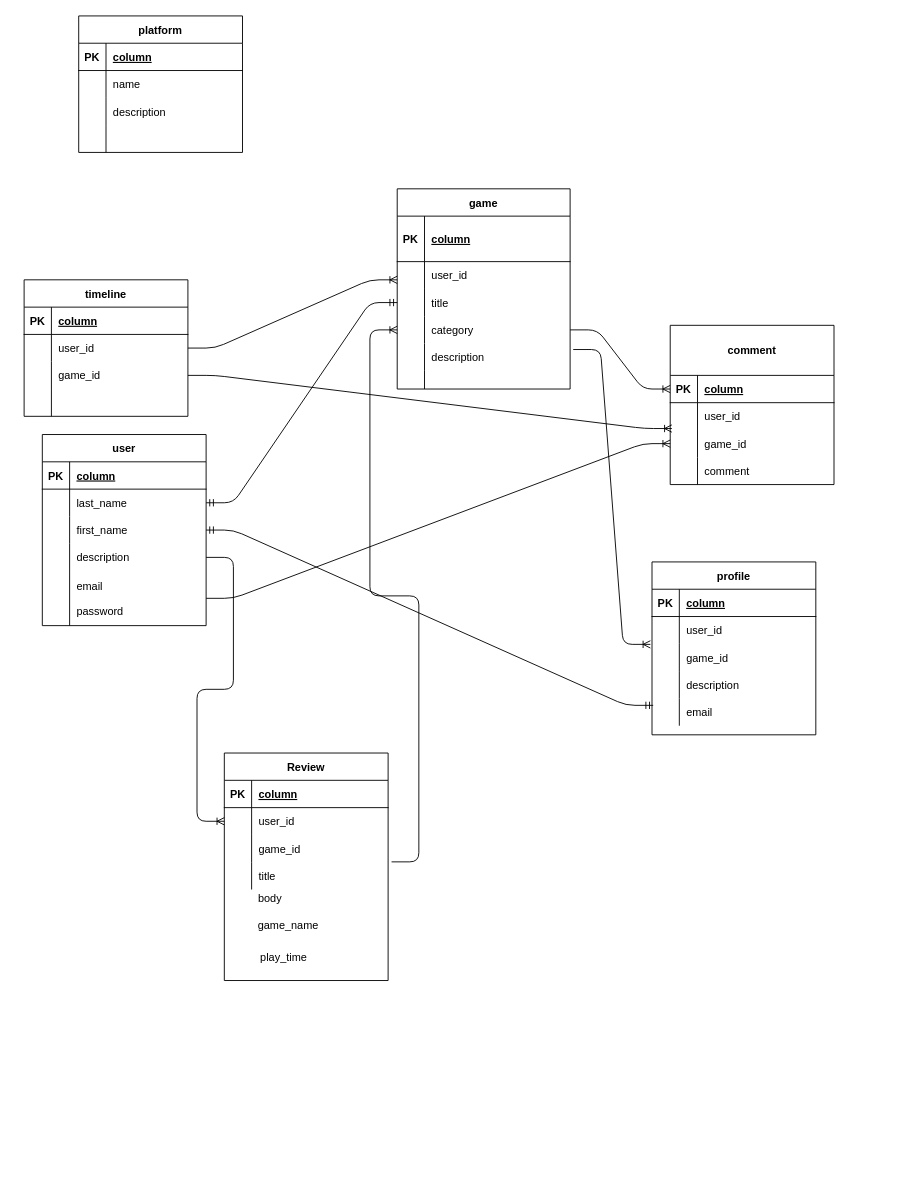
Above: websiteapp.dio in Nozomu-Ishikawa/websiteapp (draw.io), before the change. Source tidied: cells renumbered, new cells numbered last; positions are measured from the earlier drawing's top-left corner, leaving out a move shared by most shapes. Both pictures are drawn from the tidied source at 91%, with x=0, y=0 at pixel (24, 15).
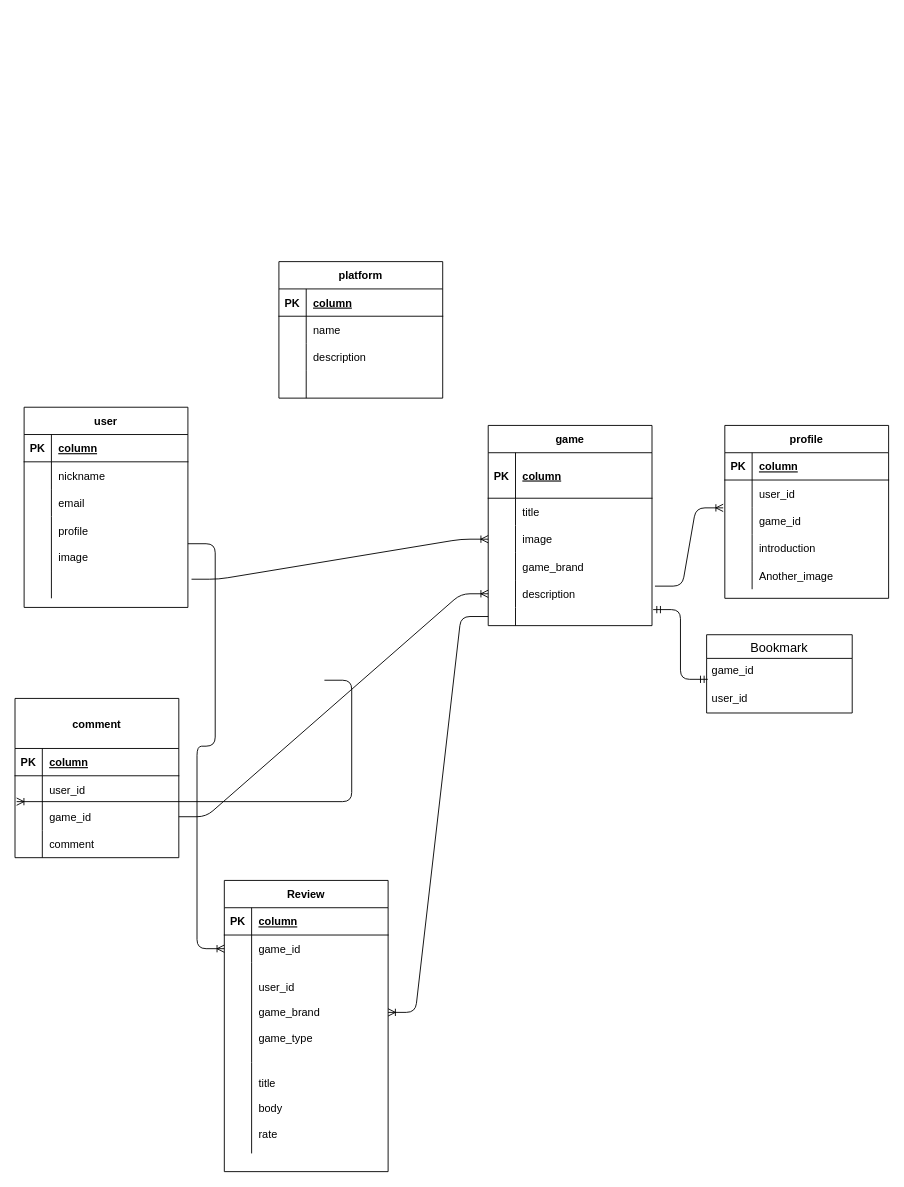
The same page after the edit.

The change refers to these unchanged cells:
```xml
<mxCell id="6" style="shape=partialRectangle;fillColor=none;top=0;left=0;bottom=0;right=0;points=[[0,0.5],[1,0.5]];portConstraint=eastwest;" parent="2" vertex="1">
  <mxGeometry y="60" width="180" height="30" as="geometry" />
</mxCell>
<mxCell id="9" style="shape=partialRectangle;fillColor=none;top=0;left=0;bottom=0;right=0;points=[[0,0.5],[1,0.5]];portConstraint=eastwest;" parent="2" vertex="1">
  <mxGeometry y="90" width="180" height="30" as="geometry" />
</mxCell>
<mxCell id="38" style="shape=partialRectangle;fillColor=none;top=0;left=0;bottom=1;right=0;points=[[0,0.5],[1,0.5]];portConstraint=eastwest;" parent="37" vertex="1">
  <mxGeometry y="55" width="180" height="30" as="geometry" />
</mxCell>
<mxCell id="44" style="shape=partialRectangle;fillColor=none;top=0;left=0;bottom=0;right=0;points=[[0,0.5],[1,0.5]];portConstraint=eastwest;" parent="37" vertex="1">
  <mxGeometry y="115" width="180" height="30" as="geometry" />
</mxCell>
<mxCell id="60" style="shape=partialRectangle;fillColor=none;top=0;left=0;bottom=0;right=0;" parent="50" vertex="1">
  <mxGeometry y="120" width="180" height="30" as="geometry" />
</mxCell>
<mxCell id="63" style="shape=partialRectangle;fillColor=none;top=0;left=0;bottom=0;right=0;points=[[0,0.5],[1,0.5]];portConstraint=eastwest;" parent="50" vertex="1">
  <mxGeometry y="150" width="180" height="30" as="geometry" />
</mxCell>
<mxCell id="89" style="shape=partialRectangle;fillColor=none;top=0;left=0;bottom=0;right=0;points=[[0,0.5],[1,0.5]];portConstraint=eastwest;" parent="85" vertex="1">
  <mxGeometry y="60" width="180" height="30" as="geometry" />
</mxCell>
```

Diff of the diagram source:
```diff
@@
     <mxCell id="2" value="user" style="shape=table;startSize=30;childLayout=tableLayout;rowLines=0;fontStyle=1;align=center;" parent="1" vertex="1">
-      <mxGeometry x="20" y="460" width="180" height="210" as="geometry" />
+      <mxGeometry y="430" width="180" height="220" as="geometry" />
     </mxCell>
@@
-    <mxCell id="8" value="last_name" style="shape=partialRectangle;fillColor=none;top=0;left=0;bottom=0;right=0;align=left;spacingLeft=6;overflow=hidden;" parent="6" vertex="1">
+    <mxCell id="8" value="nickname" style="shape=partialRectangle;fillColor=none;top=0;left=0;bottom=0;right=0;align=left;spacingLeft=6;overflow=hidden;" parent="6" vertex="1">
       <mxGeometry x="30" width="150" height="30" as="geometry" />
     </mxCell>
@@
-    <mxCell id="11" value="first_name" style="shape=partialRectangle;fillColor=none;top=0;left=0;bottom=0;right=0;align=left;spacingLeft=6;overflow=hidden;" parent="9" vertex="1">
+    <mxCell id="11" value="email" style="shape=partialRectangle;fillColor=none;top=0;left=0;bottom=0;right=0;align=left;spacingLeft=6;overflow=hidden;" parent="9" vertex="1">
       <mxGeometry x="30" width="150" height="30" as="geometry" />
     </mxCell>
     <mxCell id="12" style="shape=partialRectangle;fillColor=none;top=0;left=0;bottom=0;right=0;points=[[0,0.5],[1,0.5]];portConstraint=eastwest;" parent="2" vertex="1">
-      <mxGeometry y="120" width="180" height="30" as="geometry" />
+      <mxGeometry y="120" width="180" height="60" as="geometry" />
     </mxCell>
     <mxCell id="13" style="shape=partialRectangle;fillColor=none;top=0;left=0;bottom=0;right=0;overflow=hidden;" parent="12" vertex="1">
-      <mxGeometry width="30" height="30" as="geometry" />
+      <mxGeometry width="30" height="60" as="geometry" />
     </mxCell>
-    <mxCell id="14" value="description" style="shape=partialRectangle;fillColor=none;top=0;left=0;bottom=0;right=0;align=left;spacingLeft=6;overflow=hidden;" parent="12" vertex="1">
-      <mxGeometry x="30" width="150" height="30" as="geometry" />
+    <mxCell id="14" value="profile&#10;&#10;image" style="shape=partialRectangle;fillColor=none;top=0;left=0;bottom=0;right=0;align=left;spacingLeft=6;overflow=hidden;" parent="12" vertex="1">
+      <mxGeometry x="30" width="150" height="60" as="geometry" />
     </mxCell>
     <mxCell id="15" style="shape=partialRectangle;fillColor=none;top=0;left=0;bottom=0;right=0;points=[[0,0.5],[1,0.5]];portConstraint=eastwest;" parent="2" vertex="1">
-      <mxGeometry y="150" width="180" height="60" as="geometry" />
+      <mxGeometry y="180" width="180" height="30" as="geometry" />
     </mxCell>
     <mxCell id="16" style="shape=partialRectangle;fillColor=none;top=0;left=0;bottom=0;right=0;overflow=hidden;" parent="15" vertex="1">
-      <mxGeometry width="30" height="60" as="geometry" />
+      <mxGeometry width="30" height="30" as="geometry" />
     </mxCell>
-    <mxCell id="17" value="email&#10;&#10;password" style="shape=partialRectangle;fillColor=none;top=0;left=0;bottom=0;right=0;align=left;spacingLeft=6;overflow=hidden;" parent="15" vertex="1">
-      <mxGeometry x="30" width="150" height="60" as="geometry" />
+    <mxCell id="17" style="shape=partialRectangle;fillColor=none;top=0;left=0;bottom=0;right=0;align=left;spacingLeft=6;overflow=hidden;" parent="15" vertex="1">
+      <mxGeometry x="30" width="150" height="30" as="geometry" />
     </mxCell>
     <mxCell id="18" value="game" style="shape=table;startSize=30;childLayout=tableLayout;rowLines=0;fontStyle=1;align=center;" parent="1" vertex="1">
-      <mxGeometry x="410" y="190" width="190" height="220" as="geometry" />
+      <mxGeometry x="510" y="450" width="180" height="220" as="geometry" />
     </mxCell>
     <mxCell id="19" style="shape=partialRectangle;fillColor=none;top=0;left=0;bottom=1;right=0;" parent="18" vertex="1">
-      <mxGeometry y="30" width="190" height="50" as="geometry" />
+      <mxGeometry y="30" width="180" height="50" as="geometry" />
     </mxCell>
@@
     <mxCell id="21" value="column" style="shape=partialRectangle;fillColor=none;top=0;left=0;bottom=0;right=0;align=left;spacingLeft=6;fontStyle=5;overflow=hidden;" parent="19" vertex="1">
-      <mxGeometry x="30" width="160" height="50" as="geometry" />
+      <mxGeometry x="30" width="150" height="50" as="geometry" />
     </mxCell>
     <mxCell id="22" style="shape=partialRectangle;fillColor=none;top=0;left=0;bottom=0;right=0;points=[[0,0.5],[1,0.5]];portConstraint=eastwest;" parent="18" vertex="1">
-      <mxGeometry y="80" width="190" height="30" as="geometry" />
+      <mxGeometry y="80" width="180" height="30" as="geometry" />
     </mxCell>
@@
-    <mxCell id="24" value="user_id" style="shape=partialRectangle;fillColor=none;top=0;left=0;bottom=0;right=0;align=left;spacingLeft=6;overflow=hidden;" parent="22" vertex="1">
-      <mxGeometry x="30" width="160" height="30" as="geometry" />
+    <mxCell id="24" value="title" style="shape=partialRectangle;fillColor=none;top=0;left=0;bottom=0;right=0;align=left;spacingLeft=6;overflow=hidden;" parent="22" vertex="1">
+      <mxGeometry x="30" width="150" height="30" as="geometry" />
     </mxCell>
     <mxCell id="25" style="shape=partialRectangle;fillColor=none;top=0;left=0;bottom=0;right=0;points=[[0,0.5],[1,0.5]];portConstraint=eastwest;" parent="18" vertex="1">
-      <mxGeometry y="110" width="190" height="30" as="geometry" />
+      <mxGeometry y="110" width="180" height="30" as="geometry" />
     </mxCell>
@@
-    <mxCell id="27" value="title" style="shape=partialRectangle;fillColor=none;top=0;left=0;bottom=0;right=0;align=left;spacingLeft=6;overflow=hidden;" parent="25" vertex="1">
-      <mxGeometry x="30" width="160" height="30" as="geometry" />
+    <mxCell id="27" value="image" style="shape=partialRectangle;fillColor=none;top=0;left=0;bottom=0;right=0;align=left;spacingLeft=6;overflow=hidden;" parent="25" vertex="1">
+      <mxGeometry x="30" width="150" height="30" as="geometry" />
     </mxCell>
     <mxCell id="28" style="shape=partialRectangle;fillColor=none;top=0;left=0;bottom=0;right=0;points=[[0,0.5],[1,0.5]];portConstraint=eastwest;" parent="18" vertex="1">
-      <mxGeometry y="140" width="190" height="30" as="geometry" />
+      <mxGeometry y="140" width="180" height="30" as="geometry" />
     </mxCell>
@@
-    <mxCell id="30" value="category" style="shape=partialRectangle;fillColor=none;top=0;left=0;bottom=0;right=0;align=left;spacingLeft=6;overflow=hidden;" parent="28" vertex="1">
-      <mxGeometry x="30" width="160" height="30" as="geometry" />
+    <mxCell id="30" value="game_brand" style="shape=partialRectangle;fillColor=none;top=0;left=0;bottom=0;right=0;align=left;spacingLeft=6;overflow=hidden;" parent="28" vertex="1">
+      <mxGeometry x="30" width="150" height="30" as="geometry" />
     </mxCell>
     <mxCell id="31" style="shape=partialRectangle;fillColor=none;top=0;left=0;bottom=0;right=0;points=[[0,0.5],[1,0.5]];portConstraint=eastwest;" parent="18" vertex="1">
-      <mxGeometry y="170" width="190" height="30" as="geometry" />
+      <mxGeometry y="170" width="180" height="30" as="geometry" />
     </mxCell>
@@
     <mxCell id="33" value="description" style="shape=partialRectangle;fillColor=none;top=0;left=0;bottom=0;right=0;align=left;spacingLeft=6;overflow=hidden;" parent="31" vertex="1">
-      <mxGeometry x="30" width="160" height="30" as="geometry" />
+      <mxGeometry x="30" width="150" height="30" as="geometry" />
     </mxCell>
     <mxCell id="34" style="shape=partialRectangle;fillColor=none;top=0;left=0;bottom=0;right=0;points=[[0,0.5],[1,0.5]];portConstraint=eastwest;" parent="18" vertex="1">
-      <mxGeometry y="200" width="190" height="20" as="geometry" />
+      <mxGeometry y="200" width="180" height="20" as="geometry" />
     </mxCell>
@@
     <mxCell id="36" style="shape=partialRectangle;fillColor=none;top=0;left=0;bottom=0;right=0;align=left;spacingLeft=6;overflow=hidden;" parent="34" vertex="1">
-      <mxGeometry x="30" width="160" height="20" as="geometry" />
+      <mxGeometry x="30" width="150" height="20" as="geometry" />
     </mxCell>
     <mxCell id="37" value="comment" style="shape=table;startSize=55;childLayout=tableLayout;rowLines=0;fontStyle=1;align=center;" parent="1" vertex="1">
-      <mxGeometry x="710" y="340" width="180" height="175" as="geometry" />
+      <mxGeometry x="-10" y="750" width="180" height="175" as="geometry" />
     </mxCell>
@@
     <mxCell id="50" value="profile" style="shape=table;startSize=30;childLayout=tableLayout;rowLines=0;fontStyle=1;align=center;" parent="1" vertex="1">
-      <mxGeometry x="690" y="600" width="180" height="190" as="geometry" />
+      <mxGeometry x="770" y="450" width="180" height="190" as="geometry" />
     </mxCell>
@@
-    <mxCell id="62" value="description" style="shape=partialRectangle;fillColor=none;top=0;left=0;bottom=0;right=0;align=left;spacingLeft=6;overflow=hidden;" parent="60" vertex="1">
+    <mxCell id="62" value="introduction" style="shape=partialRectangle;fillColor=none;top=0;left=0;bottom=0;right=0;align=left;spacingLeft=6;overflow=hidden;" parent="60" vertex="1">
       <mxGeometry x="30" width="150" height="30" as="geometry" />
     </mxCell>
@@
-    <mxCell id="65" value="email" style="shape=partialRectangle;fillColor=none;top=0;left=0;bottom=0;right=0;align=left;spacingLeft=6;overflow=hidden;" parent="63" vertex="1">
+    <mxCell id="65" value="Another_image" style="shape=partialRectangle;fillColor=none;top=0;left=0;bottom=0;right=0;align=left;spacingLeft=6;overflow=hidden;" parent="63" vertex="1">
       <mxGeometry x="30" width="150" height="30" as="geometry" />
     </mxCell>
-    <mxCell id="66" value="timeline" style="shape=table;startSize=30;childLayout=tableLayout;rowLines=0;fontStyle=1;align=center;" parent="1" vertex="1">
-      <mxGeometry y="290" width="180" height="150" as="geometry" />
-    </mxCell>
-    <mxCell id="67" style="shape=partialRectangle;fillColor=none;top=0;left=0;bottom=1;right=0;" parent="66" vertex="1">
-      <mxGeometry y="30" width="180" height="30" as="geometry" />
-    </mxCell>
-    <mxCell id="68" value="PK" style="shape=partialRectangle;fillColor=none;top=0;left=0;bottom=0;right=0;fontStyle=1;overflow=hidden;" parent="67" vertex="1">
-      <mxGeometry width="30" height="30" as="geometry" />
-    </mxCell>
-    <mxCell id="69" value="column" style="shape=partialRectangle;fillColor=none;top=0;left=0;bottom=0;right=0;align=left;spacingLeft=6;fontStyle=5;overflow=hidden;" parent="67" vertex="1">
-      <mxGeometry x="30" width="150" height="30" as="geometry" />
-    </mxCell>
-    <mxCell id="70" style="shape=partialRectangle;fillColor=none;top=0;left=0;bottom=0;right=0;points=[[0,0.5],[1,0.5]];portConstraint=eastwest;" parent="66" vertex="1">
-      <mxGeometry y="60" width="180" height="30" as="geometry" />
-    </mxCell>
-    <mxCell id="71" style="shape=partialRectangle;fillColor=none;top=0;left=0;bottom=0;right=0;overflow=hidden;" parent="70" vertex="1">
-      <mxGeometry width="30" height="30" as="geometry" />
-    </mxCell>
-    <mxCell id="72" value="user_id" style="shape=partialRectangle;fillColor=none;top=0;left=0;bottom=0;right=0;align=left;spacingLeft=6;overflow=hidden;" parent="70" vertex="1">
-      <mxGeometry x="30" width="150" height="30" as="geometry" />
-    </mxCell>
-    <mxCell id="73" style="shape=partialRectangle;fillColor=none;top=0;left=0;bottom=0;right=0;points=[[0,0.5],[1,0.5]];portConstraint=eastwest;" parent="66" vertex="1">
-      <mxGeometry y="90" width="180" height="30" as="geometry" />
-    </mxCell>
-    <mxCell id="74" style="shape=partialRectangle;fillColor=none;top=0;left=0;bottom=0;right=0;overflow=hidden;" parent="73" vertex="1">
-      <mxGeometry width="30" height="30" as="geometry" />
-    </mxCell>
-    <mxCell id="75" value="game_id" style="shape=partialRectangle;fillColor=none;top=0;left=0;bottom=0;right=0;align=left;spacingLeft=6;overflow=hidden;" parent="73" vertex="1">
-      <mxGeometry x="30" width="150" height="30" as="geometry" />
-    </mxCell>
-    <mxCell id="76" style="shape=partialRectangle;fillColor=none;top=0;left=0;bottom=0;right=0;" parent="66" vertex="1">
-      <mxGeometry y="120" width="180" height="30" as="geometry" />
-    </mxCell>
-    <mxCell id="77" style="shape=partialRectangle;fillColor=none;top=0;left=0;bottom=0;right=0;overflow=hidden;" parent="76" vertex="1">
-      <mxGeometry width="30" height="30" as="geometry" />
-    </mxCell>
-    <mxCell id="78" style="shape=partialRectangle;fillColor=none;top=0;left=0;bottom=0;right=0;align=left;spacingLeft=6;overflow=hidden;" parent="76" vertex="1">
-      <mxGeometry x="30" width="150" height="30" as="geometry" />
-    </mxCell>
-    <mxCell id="79" style="edgeStyle=entityRelationEdgeStyle;fontSize=12;html=1;endArrow=ERoneToMany;entryX=0;entryY=0.5;entryDx=0;entryDy=0;" parent="1" edge="1" source="15" target="44">
-      <mxGeometry relative="1" as="geometry" />
-    </mxCell>
-    <mxCell id="80" style="edgeStyle=entityRelationEdgeStyle;fontSize=12;html=1;endArrow=ERmandOne;startArrow=ERmandOne;exitX=1;exitY=0.5;exitDx=0;exitDy=0;entryX=0;entryY=0.5;entryDx=0;entryDy=0;" parent="1" edge="1" source="6" target="25">
-      <mxGeometry relative="1" as="geometry" />
-    </mxCell>
-    <mxCell id="81" style="edgeStyle=entityRelationEdgeStyle;fontSize=12;html=1;endArrow=ERoneToMany;entryX=0;entryY=0.667;entryDx=0;entryDy=0;entryPerimeter=0;exitX=1;exitY=0.5;exitDx=0;exitDy=0;" parent="1" edge="1" source="70" target="22">
-      <mxGeometry relative="1" as="geometry" />
-    </mxCell>
-    <mxCell id="82" style="edgeStyle=entityRelationEdgeStyle;fontSize=12;html=1;endArrow=ERoneToMany;entryX=0;entryY=0.5;entryDx=0;entryDy=0;exitX=1;exitY=0.5;exitDx=0;exitDy=0;" parent="1" edge="1" source="28" target="38">
-      <mxGeometry relative="1" as="geometry" />
-    </mxCell>
-    <mxCell id="83" style="edgeStyle=entityRelationEdgeStyle;fontSize=12;html=1;endArrow=ERmandOne;startArrow=ERmandOne;exitX=0.007;exitY=0.253;exitDx=0;exitDy=0;exitPerimeter=0;entryX=1;entryY=0.5;entryDx=0;entryDy=0;" parent="1" edge="1" source="63" target="9">
-      <mxGeometry relative="1" as="geometry" />
-    </mxCell>
+    <mxCell id="117" style="edgeStyle=entityRelationEdgeStyle;fontSize=12;html=1;endArrow=ERoneToMany;exitX=1;exitY=0.5;exitDx=0;exitDy=0;entryX=0;entryY=0.5;entryDx=0;entryDy=0;" parent="1" edge="1" source="44" target="31">
+      <mxGeometry relative="1" as="geometry" />
+    </mxCell>
+    <mxCell id="118" style="edgeStyle=entityRelationEdgeStyle;fontSize=12;html=1;endArrow=ERoneToMany;exitX=1.022;exitY=0.3;exitDx=0;exitDy=0;exitPerimeter=0;entryX=0;entryY=0.5;entryDx=0;entryDy=0;" parent="1" edge="1" source="15" target="25">
+      <mxGeometry relative="1" as="geometry" />
+    </mxCell>
@@
     <mxCell id="85" value="Review" style="shape=table;startSize=30;childLayout=tableLayout;rowLines=0;fontStyle=1;align=center;" parent="1" vertex="1">
-      <mxGeometry x="220" y="810" width="180" height="250" as="geometry" />
+      <mxGeometry x="220" y="950" width="180" height="320" as="geometry" />
     </mxCell>
@@
-    <mxCell id="91" value="user_id" style="shape=partialRectangle;fillColor=none;top=0;left=0;bottom=0;right=0;align=left;spacingLeft=6;overflow=hidden;" parent="89" vertex="1">
+    <mxCell id="91" value="game_id" style="shape=partialRectangle;fillColor=none;top=0;left=0;bottom=0;right=0;align=left;spacingLeft=6;overflow=hidden;" parent="89" vertex="1">
       <mxGeometry x="30" width="150" height="30" as="geometry" />
     </mxCell>
     <mxCell id="92" style="shape=partialRectangle;fillColor=none;top=0;left=0;bottom=0;right=0;points=[[0,0.5],[1,0.5]];portConstraint=eastwest;" parent="85" vertex="1">
-      <mxGeometry y="90" width="180" height="30" as="geometry" />
+      <mxGeometry y="90" width="180" height="110" as="geometry" />
     </mxCell>
     <mxCell id="93" style="shape=partialRectangle;fillColor=none;top=0;left=0;bottom=0;right=0;overflow=hidden;" parent="92" vertex="1">
-      <mxGeometry width="30" height="30" as="geometry" />
+      <mxGeometry width="30" height="110" as="geometry" />
     </mxCell>
-    <mxCell id="94" value="game_id" style="shape=partialRectangle;fillColor=none;top=0;left=0;bottom=0;right=0;align=left;spacingLeft=6;overflow=hidden;" parent="92" vertex="1">
-      <mxGeometry x="30" width="150" height="30" as="geometry" />
+    <mxCell id="94" value="user_id&#10;&#10;game_brand&#10;&#10;game_type" style="shape=partialRectangle;fillColor=none;top=0;left=0;bottom=0;right=0;align=left;spacingLeft=6;overflow=hidden;" parent="92" vertex="1">
+      <mxGeometry x="30" width="150" height="110" as="geometry" />
     </mxCell>
     <mxCell id="95" style="shape=partialRectangle;fillColor=none;top=0;left=0;bottom=0;right=0;points=[[0,0.5],[1,0.5]];portConstraint=eastwest;" parent="85" vertex="1">
-      <mxGeometry y="120" width="180" height="30" as="geometry" />
+      <mxGeometry y="200" width="180" height="100" as="geometry" />
     </mxCell>
     <mxCell id="96" style="shape=partialRectangle;fillColor=none;top=0;left=0;bottom=0;right=0;overflow=hidden;" parent="95" vertex="1">
-      <mxGeometry width="30" height="30" as="geometry" />
+      <mxGeometry width="30" height="100" as="geometry" />
     </mxCell>
-    <mxCell id="97" value="title" style="shape=partialRectangle;fillColor=none;top=0;left=0;bottom=0;right=0;align=left;spacingLeft=6;overflow=hidden;" parent="95" vertex="1">
-      <mxGeometry x="30" width="150" height="30" as="geometry" />
+    <mxCell id="97" value="title&#10;&#10;body&#10;&#10;rate" style="shape=partialRectangle;fillColor=none;top=0;left=0;bottom=0;right=0;align=left;spacingLeft=6;overflow=hidden;" parent="95" vertex="1">
+      <mxGeometry x="30" width="150" height="100" as="geometry" />
     </mxCell>
-    <mxCell id="98" style="edgeStyle=entityRelationEdgeStyle;fontSize=12;html=1;endArrow=ERoneToMany;exitX=1;exitY=0.5;exitDx=0;exitDy=0;entryX=0.01;entryY=-0.053;entryDx=0;entryDy=0;entryPerimeter=0;" parent="1" edge="1" source="73" target="44">
-      <mxGeometry relative="1" as="geometry" />
+    <mxCell id="98" style="edgeStyle=entityRelationEdgeStyle;fontSize=12;html=1;endArrow=ERoneToMany;exitX=1;exitY=0.5;exitDx=0;exitDy=0;entryX=0.01;entryY=-0.053;entryDx=0;entryDy=0;entryPerimeter=0;" parent="1" edge="1" target="44">
+      <mxGeometry relative="1" as="geometry">
+        <mxPoint x="330" y="730" as="sourcePoint" />
+      </mxGeometry>
     </mxCell>
-    <mxCell id="99" value="body&lt;br&gt;" style="text;html=1;align=center;verticalAlign=middle;strokeColor=none;" parent="1" vertex="1">
-      <mxGeometry x="250" y="960" width="40" height="20" as="geometry" />
-    </mxCell>
-    <mxCell id="100" value="game_name" style="text;html=1;align=center;verticalAlign=middle;strokeColor=none;" parent="1" vertex="1">
-      <mxGeometry x="250" y="990" width="80" height="20" as="geometry" />
-    </mxCell>
-    <mxCell id="101" value="play_time" style="text;html=1;align=center;verticalAlign=middle;strokeColor=none;" parent="1" vertex="1">
-      <mxGeometry x="250" y="1025" width="70" height="20" as="geometry" />
-    </mxCell>
-    <mxCell id="102" style="edgeStyle=entityRelationEdgeStyle;fontSize=12;html=1;endArrow=ERoneToMany;exitX=1.021;exitY=-0.013;exitDx=0;exitDy=0;exitPerimeter=0;entryX=0;entryY=0.5;entryDx=0;entryDy=0;" parent="1" edge="1" source="95" target="28">
-      <mxGeometry relative="1" as="geometry" />
-    </mxCell>
@@
     <mxCell id="104" value="platform" style="shape=table;startSize=30;childLayout=tableLayout;rowLines=0;fontStyle=1;align=center;" parent="1" vertex="1">
-      <mxGeometry x="60" width="180" height="150" as="geometry" />
+      <mxGeometry x="280" y="270" width="180" height="150" as="geometry" />
     </mxCell>
@@
+    <mxCell id="119" style="edgeStyle=entityRelationEdgeStyle;fontSize=12;html=1;endArrow=ERoneToMany;exitX=0;exitY=0.5;exitDx=0;exitDy=0;entryX=1;entryY=0.5;entryDx=0;entryDy=0;" parent="1" edge="1" source="34" target="92">
+      <mxGeometry relative="1" as="geometry" />
+    </mxCell>
+    <mxCell id="120" value="Bookmark" style="swimlane;fontStyle=0;horizontal=1;startSize=26;align=center;fontSize=14;" parent="1" vertex="1">
+      <mxGeometry x="750" y="680" width="160" height="86" as="geometry" />
+    </mxCell>
+    <mxCell id="75" value="game_id" style="text;strokeColor=none;fillColor=none;spacingLeft=4;spacingRight=4;overflow=hidden;points=[[0,0.5],[1,0.5]];portConstraint=eastwest;fontSize=12;" parent="120" vertex="1">
+      <mxGeometry y="26" width="160" height="30" as="geometry" />
+    </mxCell>
+    <mxCell id="72" value="user_id" style="text;strokeColor=none;fillColor=none;spacingLeft=4;spacingRight=4;overflow=hidden;fontSize=12;" parent="120" vertex="1">
+      <mxGeometry y="56" width="160" height="30" as="geometry" />
+    </mxCell>
+    <mxCell id="121" style="edgeStyle=entityRelationEdgeStyle;fontSize=12;html=1;endArrow=ERmandOne;startArrow=ERmandOne;entryX=1.007;entryY=0.12;entryDx=0;entryDy=0;exitX=0.008;exitY=0.767;exitDx=0;exitDy=0;exitPerimeter=0;entryPerimeter=0;" parent="1" edge="1" source="75" target="34">
+      <mxGeometry relative="1" as="geometry" />
+    </mxCell>
```
